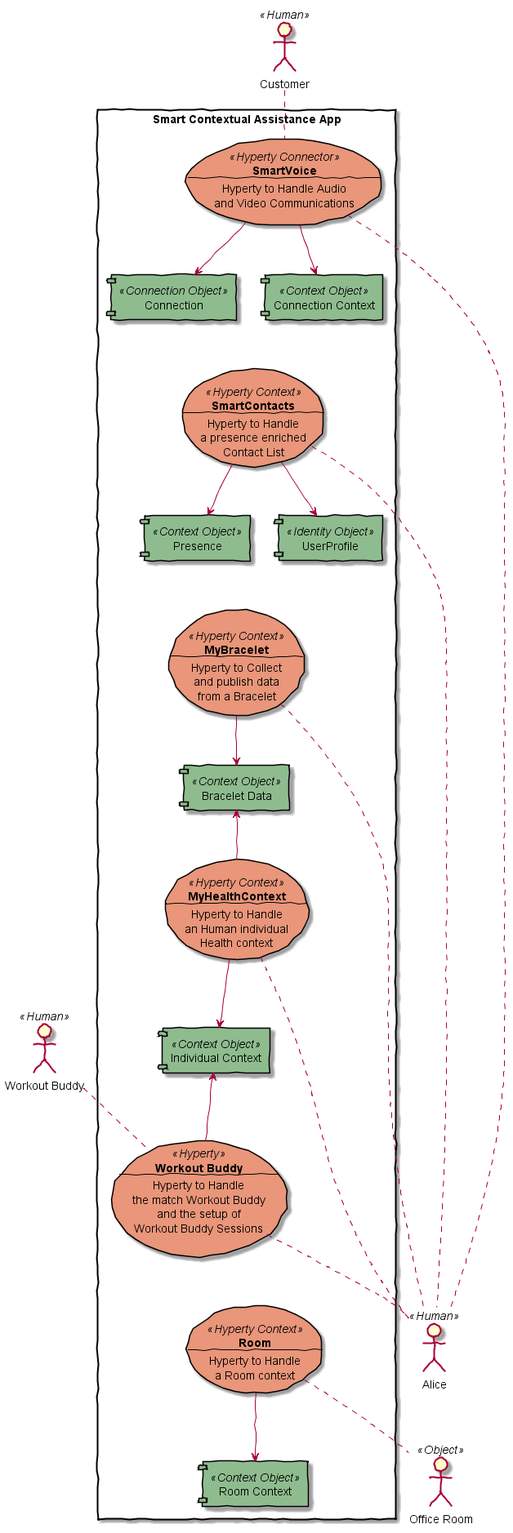
Earlier version of the PlantUML export docs/scenarios/smart-contextual-assistance/smart-contextual-assistance-hyperties.png (reTHINK-project/scenario-service-implementation).
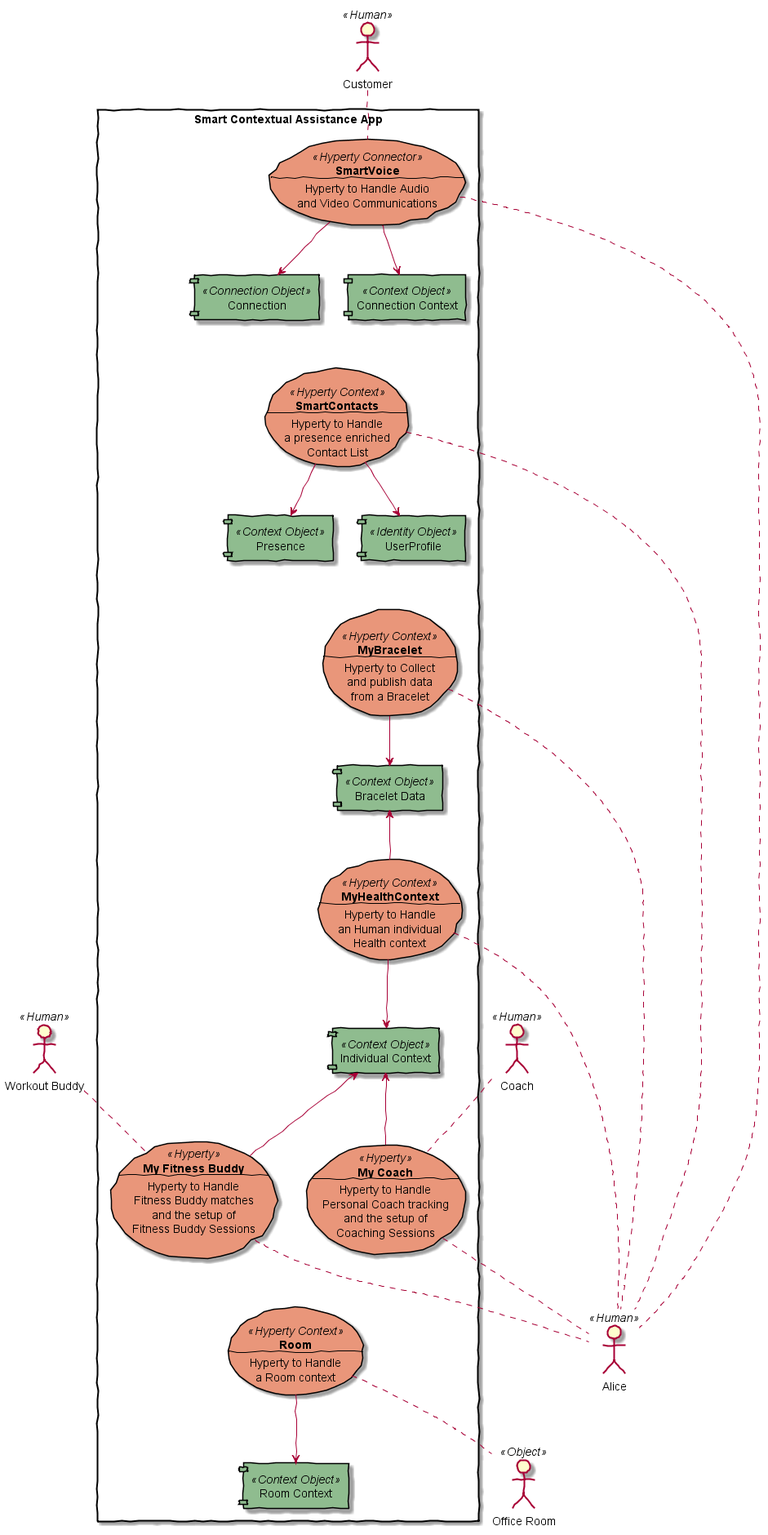
Above is the later version.

Commit message:
contextual assistance update

Diff of the diagram source:
```diff
@@ -76,15 +76,23 @@
 	myCtxtH -down-> myCtxtObj
 
 
-	usecase myWorkoutBuddyH <<Hyperty>> as "**Workout Buddy**
+	usecase myWorkoutBuddyH <<Hyperty>> as "**My Fitness Buddy**
   --
   Hyperty to Handle
-  the match Workout Buddy
+  Fitness Buddy matches
 	and the setup of
-	Workout Buddy Sessions"
+	Fitness Buddy Sessions"
 
 	myWorkoutBuddyH -up-> myCtxtObj
 
+	usecase myCoachH <<Hyperty>> as "**My Coach**
+  --
+  Hyperty to Handle
+  Personal Coach tracking
+	and the setup of
+	Coaching Sessions"
+
+	myCoachH -up-> myCtxtObj
 
 	usecase roomH <<Hyperty Context>> as "**Room**
   --
@@ -100,6 +108,7 @@
 }
 
 actor Buddy <<Human>> as "Workout Buddy"
+actor Coach <<Human>> as "Coach"
 
 Alice .left- voiceH
 Customer .right- voiceH
@@ -108,6 +117,8 @@
 Alice .left- myBraH
 Alice .left- myWorkoutBuddyH
 Buddy .right- myWorkoutBuddyH
+Alice .left- myCoachH
+Coach .right- myCoachH
 Office .left- roomH
 
 @enduml
```
